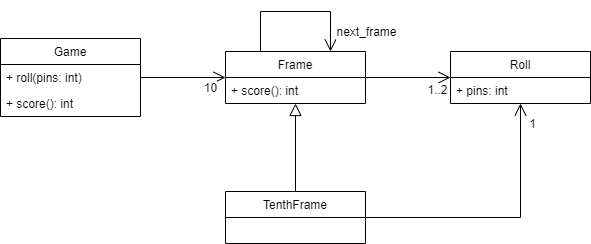
Above: assets/model.png in violrltl/BowlingGame (draw.io), before the change. Source tidied: cells renumbered, new cells last; positions are measured from the earlier drawing's top-left corner, leaving out a move shared by most shapes. Its diagram source:
```xml
<mxGraphModel>
  <root>
    <mxCell id="0" />
    <mxCell id="1" parent="0" />
    <mxCell id="2" value="Roll" style="swimlane;fontStyle=0;horizontal=1;startSize=26;fillColor=none;" parent="1" vertex="1">
      <mxGeometry x="450" y="40" width="140" height="52" as="geometry" />
    </mxCell>
    <mxCell id="3" value="+ pins: int" style="text;strokeColor=none;fillColor=none;align=left;verticalAlign=top;spacingLeft=4;spacingRight=4;overflow=hidden;" parent="2" vertex="1">
      <mxGeometry y="26" width="140" height="26" as="geometry" />
    </mxCell>
    <mxCell id="4" style="edgeStyle=orthogonalEdgeStyle;rounded=0;jettySize=auto;html=1;endArrow=open;endFill=0;endSize=10;" parent="1" edge="1" source="6" target="2">
      <mxGeometry relative="1" as="geometry" />
    </mxCell>
    <mxCell id="5" value="1..2" style="edgeLabel;html=1;align=center;verticalAlign=middle;fontSize=12;" parent="4" vertex="1">
      <mxGeometry x="0.72" y="-1" relative="1" as="geometry">
        <mxPoint x="-2" y="11" as="offset" />
      </mxGeometry>
    </mxCell>
    <mxCell id="6" value="Frame" style="swimlane;fontStyle=0;horizontal=1;startSize=26;fillColor=none;" parent="1" vertex="1">
      <mxGeometry x="225" y="40" width="140" height="52" as="geometry" />
    </mxCell>
    <mxCell id="7" value="+ score(): int" style="text;strokeColor=none;fillColor=none;align=left;verticalAlign=top;spacingLeft=4;spacingRight=4;overflow=hidden;" parent="6" vertex="1">
      <mxGeometry y="26" width="140" height="26" as="geometry" />
    </mxCell>
    <mxCell id="8" style="edgeStyle=orthogonalEdgeStyle;rounded=0;jettySize=auto;html=1;endArrow=open;endFill=0;endSize=10;" parent="1" edge="1" source="10" target="6">
      <mxGeometry relative="1" as="geometry" />
    </mxCell>
    <mxCell id="9" value="10" style="edgeLabel;html=1;align=center;verticalAlign=middle;fontSize=12;" parent="8" vertex="1">
      <mxGeometry x="0.67" relative="1" as="geometry">
        <mxPoint x="-2" y="10" as="offset" />
      </mxGeometry>
    </mxCell>
    <mxCell id="10" value="Game" style="swimlane;fontStyle=0;horizontal=1;startSize=26;fillColor=none;" parent="1" vertex="1">
      <mxGeometry y="27" width="140" height="78" as="geometry" />
    </mxCell>
    <mxCell id="11" value="+ roll(pins: int)" style="text;strokeColor=none;fillColor=none;align=left;verticalAlign=top;spacingLeft=4;spacingRight=4;overflow=hidden;" parent="10" vertex="1">
      <mxGeometry y="26" width="140" height="26" as="geometry" />
    </mxCell>
    <mxCell id="12" value="+ score(): int" style="text;strokeColor=none;fillColor=none;align=left;verticalAlign=top;spacingLeft=4;spacingRight=4;overflow=hidden;" parent="10" vertex="1">
      <mxGeometry y="52" width="140" height="26" as="geometry" />
    </mxCell>
    <mxCell id="13" style="edgeStyle=orthogonalEdgeStyle;rounded=0;jettySize=auto;html=1;endArrow=open;endFill=0;endSize=10;" parent="1" edge="1" source="16" target="2">
      <mxGeometry relative="1" as="geometry" />
    </mxCell>
    <mxCell id="14" value="1" style="edgeLabel;html=1;align=center;verticalAlign=middle;fontSize=12;" parent="13" vertex="1">
      <mxGeometry x="0.85" relative="1" as="geometry">
        <mxPoint x="11" as="offset" />
      </mxGeometry>
    </mxCell>
    <mxCell id="15" style="edgeStyle=orthogonalEdgeStyle;rounded=0;jettySize=auto;html=1;endArrow=block;endFill=0;endSize=10;" parent="1" edge="1" source="16" target="6">
      <mxGeometry relative="1" as="geometry" />
    </mxCell>
    <mxCell id="16" value="TenthFrame" style="swimlane;fontStyle=0;horizontal=1;startSize=26;fillColor=none;" parent="1" vertex="1">
      <mxGeometry x="225" y="180" width="140" height="52" as="geometry" />
    </mxCell>
    <mxCell id="17" style="edgeStyle=orthogonalEdgeStyle;rounded=0;orthogonalLoop=1;jettySize=auto;html=1;entryX=0.75;entryY=0;entryDx=0;entryDy=0;endArrow=open;endFill=0;endSize=10;exitX=0.25;exitY=0;exitDx=0;exitDy=0;" parent="1" edge="1" source="6" target="6">
      <mxGeometry relative="1" as="geometry">
        <Array as="points">
          <mxPoint x="260" />
          <mxPoint x="330" />
        </Array>
      </mxGeometry>
    </mxCell>
    <mxCell id="18" value="next_frame" style="edgeLabel;html=1;align=center;verticalAlign=middle;fontSize=12;" parent="17" vertex="1">
      <mxGeometry x="0.55" y="2" relative="1" as="geometry">
        <mxPoint x="33" y="14" as="offset" />
      </mxGeometry>
    </mxCell>
  </root>
</mxGraphModel>
```
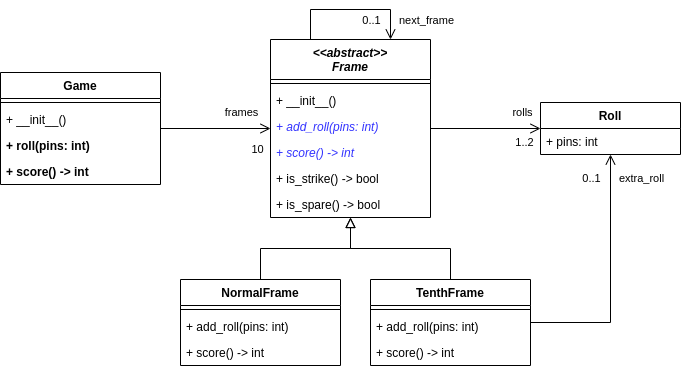
Above is the later version.

Commit message:
Refactor design to add a Frame abstract class

What changed in the source:
```diff
@@ -2,69 +2,134 @@
   <root>
     <mxCell id="0" />
     <mxCell id="1" parent="0" />
-    <mxCell id="2" value="Roll" style="swimlane;fontStyle=0;horizontal=1;startSize=26;fillColor=none;" parent="1" vertex="1">
-      <mxGeometry x="450" y="40" width="140" height="52" as="geometry" />
+    <mxCell id="2" value="Roll" style="swimlane;fontStyle=1;horizontal=1;startSize=26;fillColor=none;" parent="1" vertex="1">
+      <mxGeometry x="520" y="73" width="140" height="52" as="geometry" />
     </mxCell>
     <mxCell id="3" value="+ pins: int" style="text;strokeColor=none;fillColor=none;align=left;verticalAlign=top;spacingLeft=4;spacingRight=4;overflow=hidden;" parent="2" vertex="1">
       <mxGeometry y="26" width="140" height="26" as="geometry" />
     </mxCell>
-    <mxCell id="4" style="edgeStyle=orthogonalEdgeStyle;rounded=0;jettySize=auto;html=1;endArrow=open;endFill=0;endSize=10;" parent="1" edge="1" source="6" target="2">
-      <mxGeometry relative="1" as="geometry" />
-    </mxCell>
+    <mxCell id="19" style="edgeStyle=orthogonalEdgeStyle;rounded=0;jettySize=auto;html=1;endArrow=open;endFill=0;endSize=8;" parent="1" edge="1" source="21" target="2">
+      <mxGeometry relative="1" as="geometry" />
+    </mxCell>
-    <mxCell id="5" value="1..2" style="edgeLabel;html=1;align=center;verticalAlign=middle;fontSize=12;" parent="4" vertex="1">
-      <mxGeometry x="0.72" y="-1" relative="1" as="geometry">
-        <mxPoint x="-2" y="11" as="offset" />
+    <mxCell id="5" value="1..2" style="edgeLabel;html=1;align=center;verticalAlign=middle;fontColor=#000000;" parent="19" vertex="1">
+      <mxGeometry x="0.69" y="-1" relative="1" as="geometry">
+        <mxPoint y="12" as="offset" />
       </mxGeometry>
     </mxCell>
-    <mxCell id="6" value="Frame" style="swimlane;fontStyle=0;horizontal=1;startSize=26;fillColor=none;" parent="1" vertex="1">
-      <mxGeometry x="225" y="40" width="140" height="52" as="geometry" />
-    </mxCell>
-    <mxCell id="7" value="+ score(): int" style="text;strokeColor=none;fillColor=none;align=left;verticalAlign=top;spacingLeft=4;spacingRight=4;overflow=hidden;" parent="6" vertex="1">
-      <mxGeometry y="26" width="140" height="26" as="geometry" />
-    </mxCell>
-    <mxCell id="8" style="edgeStyle=orthogonalEdgeStyle;rounded=0;jettySize=auto;html=1;endArrow=open;endFill=0;endSize=10;" parent="1" edge="1" source="10" target="6">
-      <mxGeometry relative="1" as="geometry" />
-    </mxCell>
+    <mxCell id="20" value="rolls" style="edgeLabel;html=1;align=center;verticalAlign=middle;fontColor=#000000;" parent="19" vertex="1">
+      <mxGeometry x="0.25" y="-2" relative="1" as="geometry">
+        <mxPoint x="22" y="-19" as="offset" />
+      </mxGeometry>
+    </mxCell>
+    <mxCell id="21" value="&lt;&lt;abstract&gt;&gt;&#10;Frame" style="swimlane;fontStyle=3;align=center;verticalAlign=top;horizontal=1;startSize=40;" parent="1" vertex="1">
+      <mxGeometry x="250" y="10" width="160" height="178" as="geometry" />
+    </mxCell>
+    <mxCell id="22" style="line;strokeWidth=1;fillColor=none;align=left;verticalAlign=middle;spacingTop=-1;spacingLeft=3;spacingRight=3;labelPosition=right;strokeColor=inherit;" parent="21" vertex="1">
+      <mxGeometry y="40" width="160" height="8" as="geometry" />
+    </mxCell>
+    <mxCell id="23" value="+ __init__()" style="text;strokeColor=none;fillColor=none;align=left;verticalAlign=top;spacingLeft=4;spacingRight=4;overflow=hidden;fontStyle=0;fontColor=#000000;" parent="21" vertex="1">
+      <mxGeometry y="48" width="160" height="26" as="geometry" />
+    </mxCell>
+    <mxCell id="24" value="+ add_roll(pins: int)" style="text;strokeColor=none;fillColor=none;align=left;verticalAlign=top;spacingLeft=4;spacingRight=4;overflow=hidden;fontStyle=2;fontColor=#3333FF;" parent="21" vertex="1">
+      <mxGeometry y="74" width="160" height="26" as="geometry" />
+    </mxCell>
+    <mxCell id="25" value="+ score() -&gt; int" style="text;strokeColor=none;fillColor=none;align=left;verticalAlign=top;spacingLeft=4;spacingRight=4;overflow=hidden;fontStyle=2;fontColor=#3333FF;" parent="21" vertex="1">
+      <mxGeometry y="100" width="160" height="26" as="geometry" />
+    </mxCell>
+    <mxCell id="26" value="+ is_strike() -&gt; bool" style="text;strokeColor=none;fillColor=none;align=left;verticalAlign=top;spacingLeft=4;spacingRight=4;overflow=hidden;fontStyle=0;fontColor=#000000;" parent="21" vertex="1">
+      <mxGeometry y="126" width="160" height="26" as="geometry" />
+    </mxCell>
+    <mxCell id="27" value="+ is_spare() -&gt; bool" style="text;strokeColor=none;fillColor=none;align=left;verticalAlign=top;spacingLeft=4;spacingRight=4;overflow=hidden;fontStyle=0;fontColor=#000000;" parent="21" vertex="1">
+      <mxGeometry y="152" width="160" height="26" as="geometry" />
+    </mxCell>
+    <mxCell id="28" style="edgeStyle=orthogonalEdgeStyle;rounded=0;orthogonalLoop=1;jettySize=auto;html=1;entryX=0.75;entryY=0;entryDx=0;entryDy=0;endArrow=open;endFill=0;endSize=8;exitX=0.25;exitY=0;exitDx=0;exitDy=0;" parent="1" edge="1" source="21" target="21">
+      <mxGeometry relative="1" as="geometry">
+        <Array as="points">
+          <mxPoint x="290" y="-20" />
+          <mxPoint x="370" y="-20" />
+        </Array>
+      </mxGeometry>
+    </mxCell>
+    <mxCell id="18" value="next_frame" style="edgeLabel;html=1;align=center;verticalAlign=middle;fontColor=#000000;" parent="28" vertex="1">
+      <mxGeometry x="0.53" y="2" relative="1" as="geometry">
+        <mxPoint x="38" y="12" as="offset" />
+      </mxGeometry>
+    </mxCell>
+    <mxCell id="29" value="0..1" style="edgeLabel;html=1;align=center;verticalAlign=middle;fontColor=#000000;" parent="28" vertex="1">
+      <mxGeometry x="0.64" y="-3" relative="1" as="geometry">
+        <mxPoint x="-17" y="5" as="offset" />
+      </mxGeometry>
+    </mxCell>
+    <mxCell id="13" style="edgeStyle=orthogonalEdgeStyle;rounded=0;jettySize=auto;html=1;fontColor=#000000;endArrow=open;endFill=0;endSize=8;" parent="1" edge="1" source="16" target="2">
+      <mxGeometry relative="1" as="geometry" />
+    </mxCell>
+    <mxCell id="30" value="extra_roll" style="edgeLabel;html=1;align=center;verticalAlign=middle;fontColor=#000000;" parent="13" vertex="1">
+      <mxGeometry x="0.85" y="-1" relative="1" as="geometry">
+        <mxPoint x="29" y="4" as="offset" />
+      </mxGeometry>
+    </mxCell>
+    <mxCell id="31" value="0..1" style="edgeLabel;html=1;align=center;verticalAlign=middle;fontColor=#000000;" parent="13" vertex="1">
+      <mxGeometry x="0.81" y="2" relative="1" as="geometry">
+        <mxPoint x="-18" as="offset" />
+      </mxGeometry>
+    </mxCell>
+    <mxCell id="32" style="edgeStyle=orthogonalEdgeStyle;rounded=0;jettySize=auto;html=1;fontColor=#000000;endArrow=block;endFill=0;endSize=8;" parent="1" edge="1" source="16" target="21">
+      <mxGeometry relative="1" as="geometry" />
+    </mxCell>
+    <mxCell id="16" value="TenthFrame" style="swimlane;fontStyle=1;align=center;verticalAlign=top;horizontal=1;startSize=26;fontColor=#000000;" parent="1" vertex="1">
+      <mxGeometry x="350" y="250" width="160" height="86" as="geometry" />
+    </mxCell>
+    <mxCell id="33" style="line;strokeWidth=1;fillColor=none;align=left;verticalAlign=middle;spacingTop=-1;spacingLeft=3;spacingRight=3;labelPosition=right;strokeColor=inherit;fontColor=#000000;" parent="16" vertex="1">
+      <mxGeometry y="26" width="160" height="8" as="geometry" />
+    </mxCell>
+    <mxCell id="34" value="+ add_roll(pins: int)" style="text;strokeColor=none;fillColor=none;align=left;verticalAlign=top;spacingLeft=4;spacingRight=4;overflow=hidden;fontColor=#000000;" parent="16" vertex="1">
+      <mxGeometry y="34" width="160" height="26" as="geometry" />
+    </mxCell>
+    <mxCell id="35" value="+ score() -&gt; int" style="text;strokeColor=none;fillColor=none;align=left;verticalAlign=top;spacingLeft=4;spacingRight=4;overflow=hidden;fontColor=#000000;" parent="16" vertex="1">
+      <mxGeometry y="60" width="160" height="26" as="geometry" />
+    </mxCell>
+    <mxCell id="36" style="edgeStyle=orthogonalEdgeStyle;rounded=0;jettySize=auto;html=1;fontColor=#000000;endArrow=block;endFill=0;endSize=8;" parent="1" edge="1" source="37" target="21">
+      <mxGeometry relative="1" as="geometry" />
+    </mxCell>
+    <mxCell id="37" value="NormalFrame" style="swimlane;fontStyle=1;align=center;verticalAlign=top;horizontal=1;startSize=26;fontColor=#000000;" parent="1" vertex="1">
+      <mxGeometry x="160" y="250" width="160" height="86" as="geometry" />
+    </mxCell>
+    <mxCell id="38" style="line;strokeWidth=1;fillColor=none;align=left;verticalAlign=middle;spacingTop=-1;spacingLeft=3;spacingRight=3;labelPosition=right;strokeColor=inherit;fontColor=#000000;" parent="37" vertex="1">
+      <mxGeometry y="26" width="160" height="8" as="geometry" />
+    </mxCell>
+    <mxCell id="39" value="+ add_roll(pins: int)" style="text;strokeColor=none;fillColor=none;align=left;verticalAlign=top;spacingLeft=4;spacingRight=4;overflow=hidden;fontColor=#000000;" parent="37" vertex="1">
+      <mxGeometry y="34" width="160" height="26" as="geometry" />
+    </mxCell>
+    <mxCell id="40" value="+ score() -&gt; int" style="text;strokeColor=none;fillColor=none;align=left;verticalAlign=top;spacingLeft=4;spacingRight=4;overflow=hidden;fontColor=#000000;" parent="37" vertex="1">
+      <mxGeometry y="60" width="160" height="26" as="geometry" />
+    </mxCell>
+    <mxCell id="41" style="edgeStyle=orthogonalEdgeStyle;rounded=0;jettySize=auto;html=1;fontColor=#000000;endArrow=open;endFill=0;endSize=8;" parent="1" edge="1" source="10" target="21">
+      <mxGeometry relative="1" as="geometry" />
+    </mxCell>
+    <mxCell id="42" value="frames" style="edgeLabel;html=1;align=center;verticalAlign=middle;fontColor=#000000;" parent="41" vertex="1">
+      <mxGeometry x="0.24" y="1" relative="1" as="geometry">
+        <mxPoint x="12" y="-16" as="offset" />
+      </mxGeometry>
+    </mxCell>
-    <mxCell id="9" value="10" style="edgeLabel;html=1;align=center;verticalAlign=middle;fontSize=12;" parent="8" vertex="1">
-      <mxGeometry x="0.67" relative="1" as="geometry">
-        <mxPoint x="-2" y="10" as="offset" />
+    <mxCell id="9" value="10" style="edgeLabel;html=1;align=center;verticalAlign=middle;fontColor=#000000;" parent="41" vertex="1">
+      <mxGeometry x="0.75" y="1" relative="1" as="geometry">
+        <mxPoint y="21" as="offset" />
       </mxGeometry>
     </mxCell>
-    <mxCell id="10" value="Game" style="swimlane;fontStyle=0;horizontal=1;startSize=26;fillColor=none;" parent="1" vertex="1">
-      <mxGeometry y="27" width="140" height="78" as="geometry" />
+    <mxCell id="10" value="Game" style="swimlane;fontStyle=1;align=center;verticalAlign=top;horizontal=1;startSize=26;fontColor=#000000;" parent="1" vertex="1">
+      <mxGeometry x="-20" y="43" width="160" height="112" as="geometry" />
     </mxCell>
+    <mxCell id="43" style="line;strokeWidth=1;fillColor=none;align=left;verticalAlign=middle;spacingTop=-1;spacingLeft=3;spacingRight=3;labelPosition=right;strokeColor=inherit;fontColor=#000000;" parent="10" vertex="1">
+      <mxGeometry y="26" width="160" height="8" as="geometry" />
+    </mxCell>
+    <mxCell id="44" value="+ __init__()" style="text;strokeColor=none;fillColor=none;align=left;verticalAlign=top;spacingLeft=4;spacingRight=4;overflow=hidden;fontColor=#000000;" parent="10" vertex="1">
+      <mxGeometry y="34" width="160" height="26" as="geometry" />
+    </mxCell>
-    <mxCell id="11" value="+ roll(pins: int)" style="text;strokeColor=none;fillColor=none;align=left;verticalAlign=top;spacingLeft=4;spacingRight=4;overflow=hidden;" parent="10" vertex="1">
-      <mxGeometry y="26" width="140" height="26" as="geometry" />
+    <mxCell id="11" value="+ roll(pins: int)" style="text;strokeColor=none;fillColor=none;align=left;verticalAlign=top;spacingLeft=4;spacingRight=4;overflow=hidden;fontColor=#000000;fontStyle=1;" parent="10" vertex="1">
+      <mxGeometry y="60" width="160" height="26" as="geometry" />
     </mxCell>
-    <mxCell id="12" value="+ score(): int" style="text;strokeColor=none;fillColor=none;align=left;verticalAlign=top;spacingLeft=4;spacingRight=4;overflow=hidden;" parent="10" vertex="1">
-      <mxGeometry y="52" width="140" height="26" as="geometry" />
-    </mxCell>
-    <mxCell id="13" style="edgeStyle=orthogonalEdgeStyle;rounded=0;jettySize=auto;html=1;endArrow=open;endFill=0;endSize=10;" parent="1" edge="1" source="16" target="2">
-      <mxGeometry relative="1" as="geometry" />
-    </mxCell>
-    <mxCell id="14" value="1" style="edgeLabel;html=1;align=center;verticalAlign=middle;fontSize=12;" parent="13" vertex="1">
-      <mxGeometry x="0.85" relative="1" as="geometry">
-        <mxPoint x="11" as="offset" />
-      </mxGeometry>
-    </mxCell>
-    <mxCell id="15" style="edgeStyle=orthogonalEdgeStyle;rounded=0;jettySize=auto;html=1;endArrow=block;endFill=0;endSize=10;" parent="1" edge="1" source="16" target="6">
-      <mxGeometry relative="1" as="geometry" />
-    </mxCell>
-    <mxCell id="16" value="TenthFrame" style="swimlane;fontStyle=0;horizontal=1;startSize=26;fillColor=none;" parent="1" vertex="1">
-      <mxGeometry x="225" y="180" width="140" height="52" as="geometry" />
-    </mxCell>
-    <mxCell id="17" style="edgeStyle=orthogonalEdgeStyle;rounded=0;orthogonalLoop=1;jettySize=auto;html=1;entryX=0.75;entryY=0;entryDx=0;entryDy=0;endArrow=open;endFill=0;endSize=10;exitX=0.25;exitY=0;exitDx=0;exitDy=0;" parent="1" edge="1" source="6" target="6">
-      <mxGeometry relative="1" as="geometry">
-        <Array as="points">
-          <mxPoint x="260" />
-          <mxPoint x="330" />
-        </Array>
-      </mxGeometry>
-    </mxCell>
-    <mxCell id="18" value="next_frame" style="edgeLabel;html=1;align=center;verticalAlign=middle;fontSize=12;" parent="17" vertex="1">
-      <mxGeometry x="0.55" y="2" relative="1" as="geometry">
-        <mxPoint x="33" y="14" as="offset" />
-      </mxGeometry>
-    </mxCell>
+    <mxCell id="45" value="+ score() -&gt; int" style="text;strokeColor=none;fillColor=none;align=left;verticalAlign=top;spacingLeft=4;spacingRight=4;overflow=hidden;fontColor=#000000;fontStyle=1;" parent="10" vertex="1">
+      <mxGeometry y="86" width="160" height="26" as="geometry" />
+    </mxCell>
   </root>
 </mxGraphModel>
```
